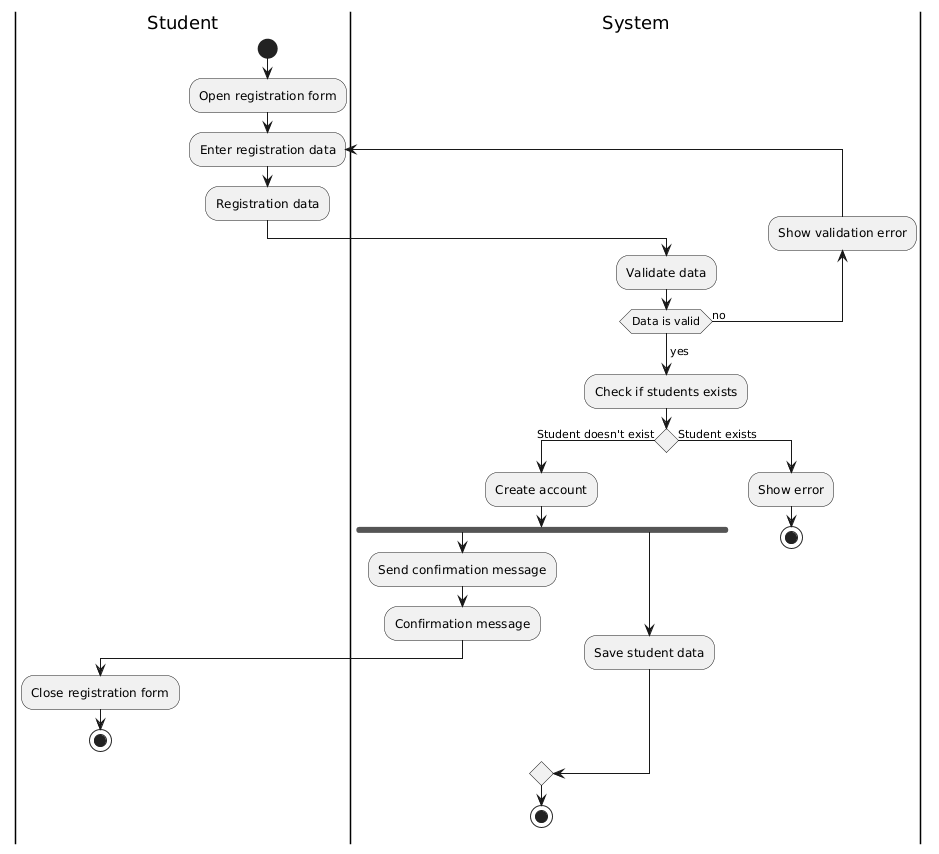
Above: Lab 4/PlantUML/Activity diagram.png in KyryloBB/Software-engineering-components (PlantUML), before the change. Source of this version:
```plantuml
@startuml
|Student|
start
:Open registration form;
repeat :Enter registration data;
:Registration data;
|System|
:Validate data;
backward:Show validation error;
repeat while (Data is valid) is (no)
->yes;
:Check if students exists;
if () then (Student doesn't exist)
:Create account;
fork
:Send confirmation message;
:Confirmation message;
|Student|
:Close registration form;
stop
fork again
|System|
:Save student data;
end merge
stop
else (Student exists)
:Show error;
stop
@enduml
```
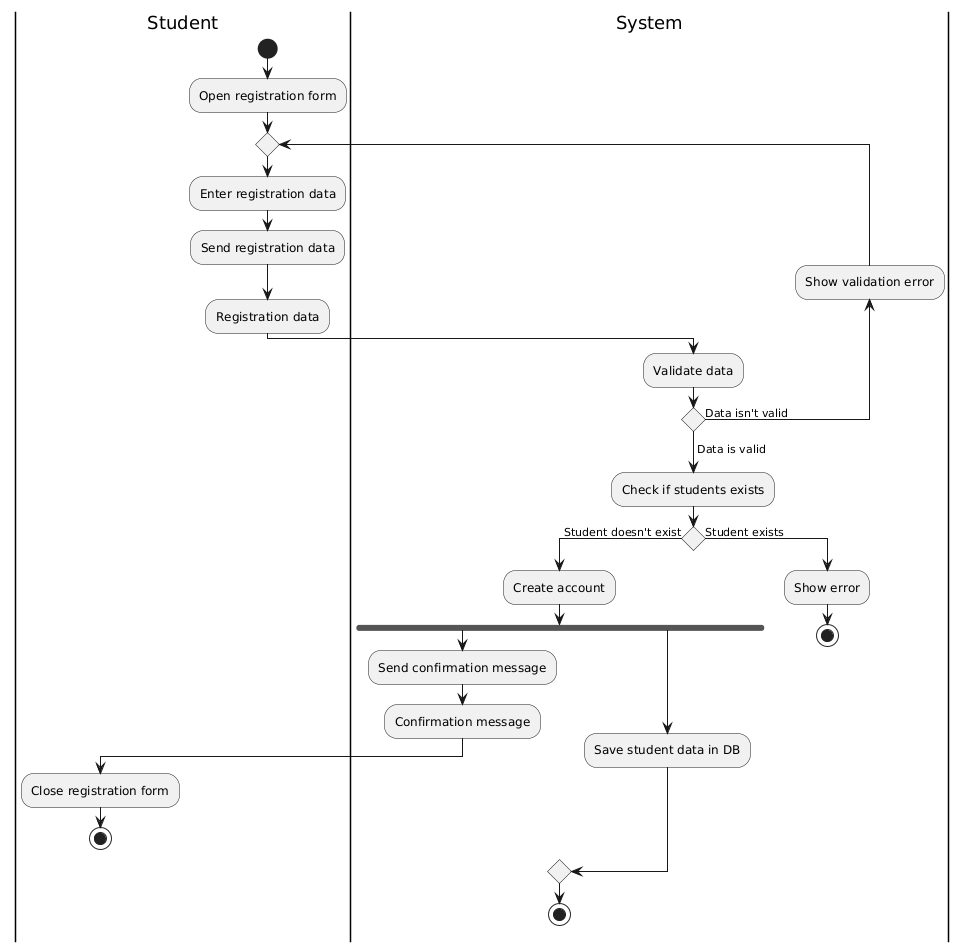
The same diagram one commit later.

Commit message:
edited activity diagram plantuml

The edit, as a diff of the source:
```diff
@@ -2,27 +2,32 @@
 |Student|
 start
 :Open registration form;
-repeat :Enter registration data;
-:Registration data;
-|System|
-:Validate data;
+
+repeat
+    :Enter registration data;
+    :Send registration data;
+    :Registration data;
+    |System|
+    :Validate data;
 backward:Show validation error;
-repeat while (Data is valid) is (no)
-->yes;
+repeat while () is (Data isn't valid)
+->Data is valid;
+
 :Check if students exists;
+
 if () then (Student doesn't exist)
-:Create account;
-fork
-:Send confirmation message;
-:Confirmation message;
-|Student|
-:Close registration form;
-stop
-fork again
-|System|
-:Save student data;
-end merge
-stop
+    :Create account;
+        fork
+            :Send confirmation message;
+            :Confirmation message;
+            |Student|
+            :Close registration form;
+            stop
+        fork again
+            |System|
+            :Save student data in DB;
+        end merge
+        stop
 else (Student exists)
 :Show error;
 stop
```
